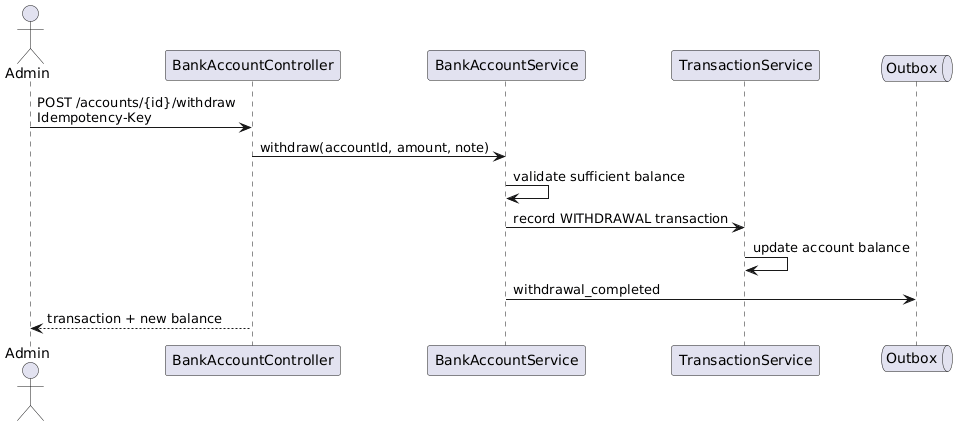
The PlantUML diagram docs/detailed-designs/diagrams/rendered/seq_withdraw.png in QuinntyneBrown/LendQ, before a commit.
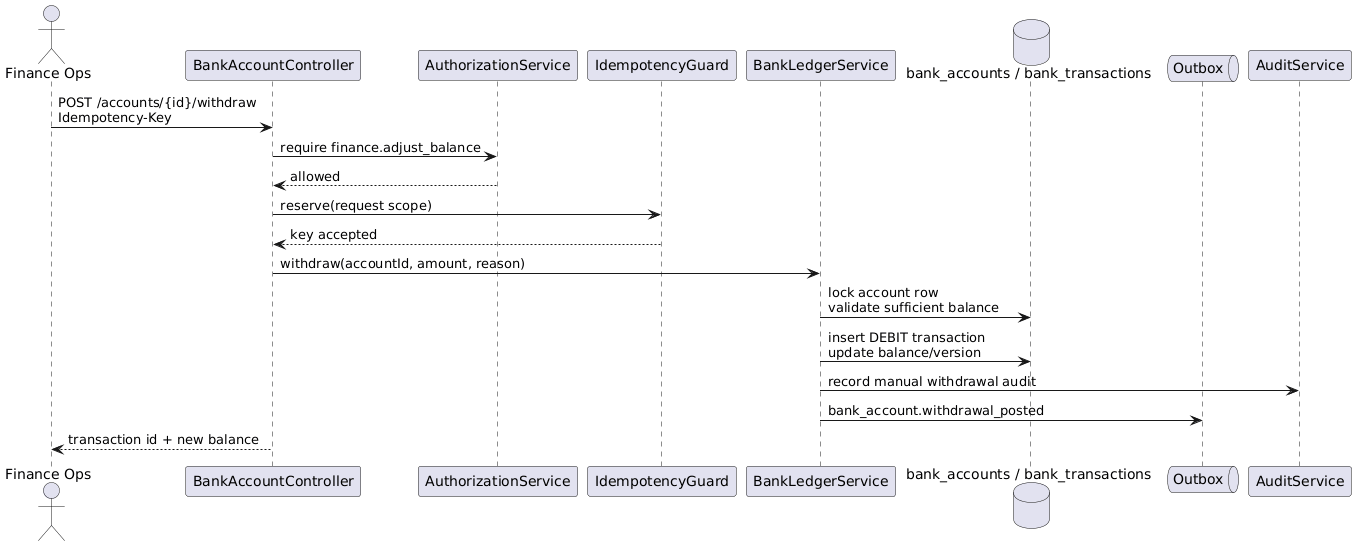
After the commit.

What changed in the source:
```diff
@@ -1,15 +1,22 @@
 @startuml
-actor Admin
+actor "Finance Ops" as finance
 participant BankAccountController
-participant BankAccountService
-participant TransactionService
+participant AuthorizationService
+participant IdempotencyGuard
+participant BankLedgerService
+database "bank_accounts / bank_transactions" as db
 queue Outbox
+participant AuditService
 
-Admin -> BankAccountController : POST /accounts/{id}/withdraw\nIdempotency-Key
-BankAccountController -> BankAccountService : withdraw(accountId, amount, note)
-BankAccountService -> BankAccountService : validate sufficient balance
-BankAccountService -> TransactionService : record WITHDRAWAL transaction
-TransactionService -> TransactionService : update account balance
-BankAccountService -> Outbox : withdrawal_completed
-BankAccountController --> Admin : transaction + new balance
+finance -> BankAccountController : POST /accounts/{id}/withdraw\nIdempotency-Key
+BankAccountController -> AuthorizationService : require finance.adjust_balance
+AuthorizationService --> BankAccountController : allowed
+BankAccountController -> IdempotencyGuard : reserve(request scope)
+IdempotencyGuard --> BankAccountController : key accepted
+BankAccountController -> BankLedgerService : withdraw(accountId, amount, reason)
+BankLedgerService -> db : lock account row\nvalidate sufficient balance
+BankLedgerService -> db : insert DEBIT transaction\nupdate balance/version
+BankLedgerService -> AuditService : record manual withdrawal audit
+BankLedgerService -> Outbox : bank_account.withdrawal_posted
+BankAccountController --> finance : transaction id + new balance
 @enduml
```
